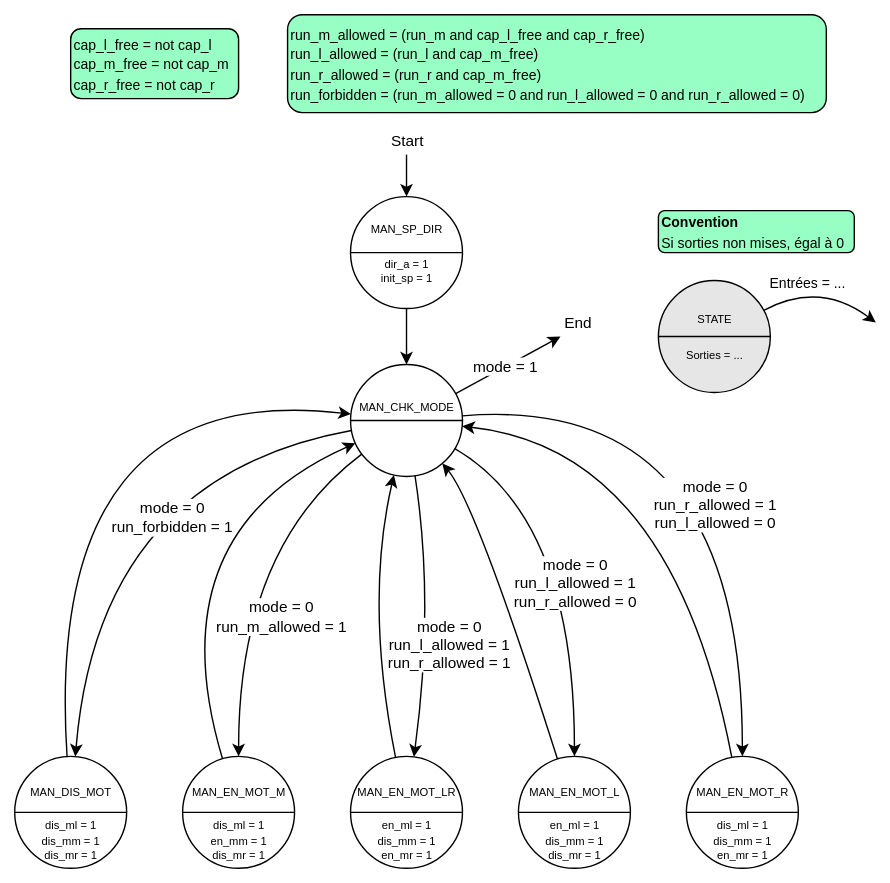
Before: doc/images/state_manual_sequence.svg, a diagram exported from draw.io (Schokiiiiiiii/csn26). Source tidied: cells renumbered, new cells last; positions are measured from the earlier drawing's top-left corner, leaving out a move shared by most shapes.
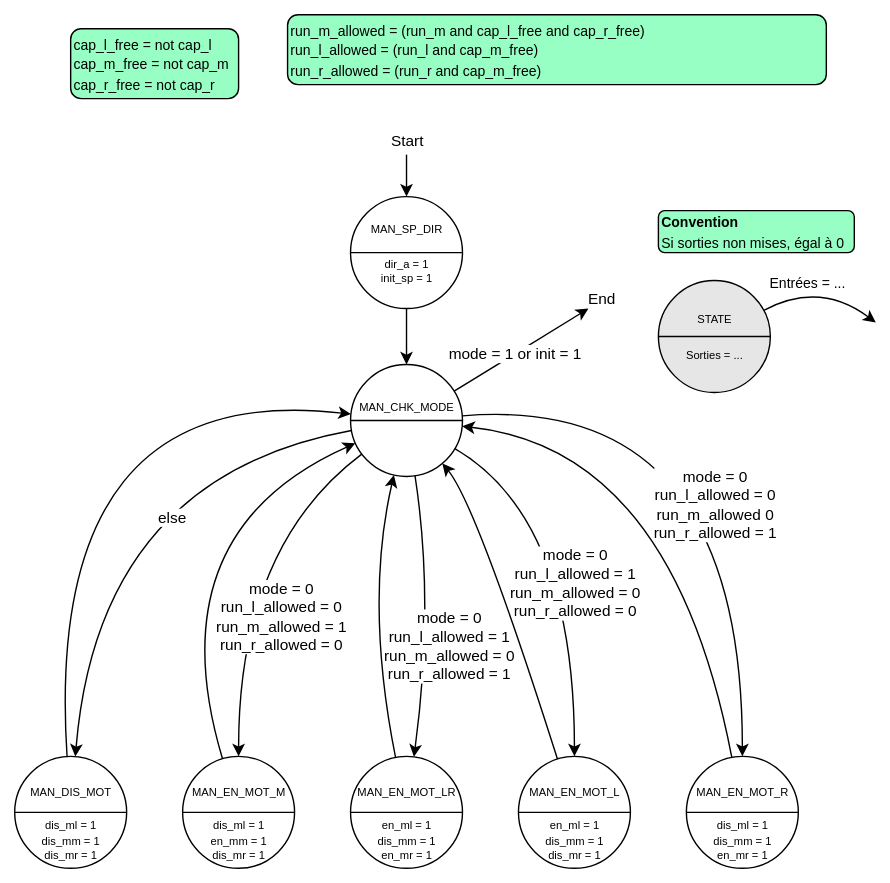
After the commit.

What changed in the source:
```diff
@@ -54,10 +54,10 @@
     </mxCell>
     <mxCell id="15" style="endArrow=classic;html=1;rounded=0;" parent="1" edge="1" source="13">
       <mxGeometry relative="1" as="geometry">
-        <mxPoint x="390" y="230" as="targetPoint" />
+        <mxPoint x="410" y="210" as="targetPoint" />
       </mxGeometry>
     </mxCell>
-    <mxCell id="16" value="mode = 1" style="edgeLabel;html=1;align=center;verticalAlign=middle;" parent="15" vertex="1">
+    <mxCell id="16" value="mode = 1 or init = 1" style="edgeLabel;html=1;align=center;verticalAlign=middle;" parent="15" vertex="1">
       <mxGeometry x="-0.24" y="1" relative="1" as="geometry">
         <mxPoint x="7" y="-4" as="offset" />
       </mxGeometry>
@@ -104,7 +104,7 @@
         </Array>
       </mxGeometry>
     </mxCell>
-    <mxCell id="29" value="&lt;div&gt;mode = 0&lt;/div&gt;run_m_allowed = 1" style="edgeLabel;html=1;align=center;verticalAlign=middle;" parent="28" vertex="1">
+    <mxCell id="29" value="&lt;div&gt;mode = 0&lt;/div&gt;&lt;div&gt;run_l_allowed = 0&lt;/div&gt;run_m_allowed = 1&lt;div&gt;run_r_allowed = 0&lt;/div&gt;" style="edgeLabel;html=1;align=center;verticalAlign=middle;" parent="28" vertex="1">
       <mxGeometry x="-0.04" y="17" relative="1" as="geometry">
         <mxPoint x="13" y="35" as="offset" />
       </mxGeometry>
@@ -116,7 +116,7 @@
         </Array>
       </mxGeometry>
     </mxCell>
-    <mxCell id="31" value="&lt;div&gt;mode = 0&lt;/div&gt;run_l_allowed = 1&lt;div&gt;run_r_allowed = 0&lt;/div&gt;" style="edgeLabel;html=1;align=center;verticalAlign=middle;" parent="30" vertex="1">
+    <mxCell id="31" value="&lt;div&gt;mode = 0&lt;/div&gt;run_l_allowed = 1&lt;div&gt;run_m_allowed = 0&lt;br&gt;&lt;div&gt;run_r_allowed = 0&lt;/div&gt;&lt;/div&gt;" style="edgeLabel;html=1;align=center;verticalAlign=middle;" parent="30" vertex="1">
       <mxGeometry x="0.08" y="-14" relative="1" as="geometry">
         <mxPoint x="14" as="offset" />
       </mxGeometry>
@@ -128,7 +128,7 @@
         </Array>
       </mxGeometry>
     </mxCell>
-    <mxCell id="33" value="&lt;div&gt;mode = 0&lt;/div&gt;run_r_allowed = 1&lt;div&gt;run_l_allowed = 0&lt;/div&gt;" style="edgeLabel;html=1;align=center;verticalAlign=middle;" parent="32" vertex="1">
+    <mxCell id="33" value="&lt;div&gt;mode = 0&lt;/div&gt;run_l_allowed = 0&lt;div&gt;run_m_allowed 0&lt;/div&gt;&lt;div&gt;run_r_allowed = 1&lt;/div&gt;" style="edgeLabel;html=1;align=center;verticalAlign=middle;" parent="32" vertex="1">
       <mxGeometry x="0.23" y="-39" relative="1" as="geometry">
         <mxPoint x="19" y="-4" as="offset" />
       </mxGeometry>
@@ -140,7 +140,7 @@
         </Array>
       </mxGeometry>
     </mxCell>
-    <mxCell id="35" value="&lt;div&gt;mode = 0&lt;/div&gt;run_forbidden = 1" style="edgeLabel;html=1;align=center;verticalAlign=middle;" parent="34" vertex="1">
+    <mxCell id="35" value="&lt;div&gt;else&lt;/div&gt;" style="edgeLabel;html=1;align=center;verticalAlign=middle;" parent="34" vertex="1">
       <mxGeometry x="-0.28" y="38" relative="1" as="geometry" />
     </mxCell>
     <mxCell id="36" style="curved=1;endArrow=classic;html=1;rounded=0;" parent="1" edge="1" source="24" target="13">
@@ -157,7 +157,7 @@
         </Array>
       </mxGeometry>
     </mxCell>
-    <mxCell id="38" value="&lt;div&gt;mode = 0&lt;/div&gt;run_l_allowed = 1&lt;div&gt;run_r_allowed = 1&lt;/div&gt;" style="edgeLabel;html=1;align=center;verticalAlign=middle;" parent="37" vertex="1">
+    <mxCell id="38" value="&lt;div&gt;mode = 0&lt;/div&gt;run_l_allowed = 1&lt;div&gt;run_m_allowed = 0&lt;br&gt;&lt;div&gt;run_r_allowed = 1&lt;/div&gt;&lt;/div&gt;" style="edgeLabel;html=1;align=center;verticalAlign=middle;" parent="37" vertex="1">
       <mxGeometry x="0.11" relative="1" as="geometry">
         <mxPoint x="13" y="10" as="offset" />
       </mxGeometry>
@@ -190,8 +190,8 @@
         </Array>
       </mxGeometry>
     </mxCell>
-    <mxCell id="43" value="&lt;span style=&quot;font-size: 10px;&quot;&gt;run_m_allowed = (run_m and cap_l_free and cap_r_free)&lt;/span&gt;&lt;div&gt;&lt;span style=&quot;font-size: 10px;&quot;&gt;run_l_allowed = (run_l and cap_m_free)&lt;/span&gt;&lt;/div&gt;&lt;div&gt;&lt;span style=&quot;font-size: 10px;&quot;&gt;run_r_allowed = (run_r and cap_m_free)&lt;/span&gt;&lt;/div&gt;&lt;div&gt;&lt;span style=&quot;font-size: 10px;&quot;&gt;run_forbidden = (run_m_allowed = 0 and run_l_allowed = 0 and run_r_allowed = 0)&lt;/span&gt;&lt;/div&gt;" style="rounded=1;whiteSpace=wrap;html=1;align=left;fillColor=#97FFC4;" parent="1" vertex="1">
-      <mxGeometry x="195" width="385" height="70" as="geometry" />
+    <mxCell id="43" value="&lt;span style=&quot;font-size: 10px;&quot;&gt;run_m_allowed = (run_m and cap_l_free and cap_r_free)&lt;/span&gt;&lt;div&gt;&lt;span style=&quot;font-size: 10px;&quot;&gt;run_l_allowed = (run_l and cap_m_free)&lt;/span&gt;&lt;/div&gt;&lt;div&gt;&lt;span style=&quot;font-size: 10px;&quot;&gt;run_r_allowed = (run_r and cap_m_free)&lt;br&gt;&lt;/span&gt;&lt;/div&gt;" style="rounded=1;whiteSpace=wrap;html=1;align=left;fillColor=#97FFC4;" parent="1" vertex="1">
+      <mxGeometry x="195" width="385" height="50" as="geometry" />
     </mxCell>
   </root>
 </mxGraphModel>
```
